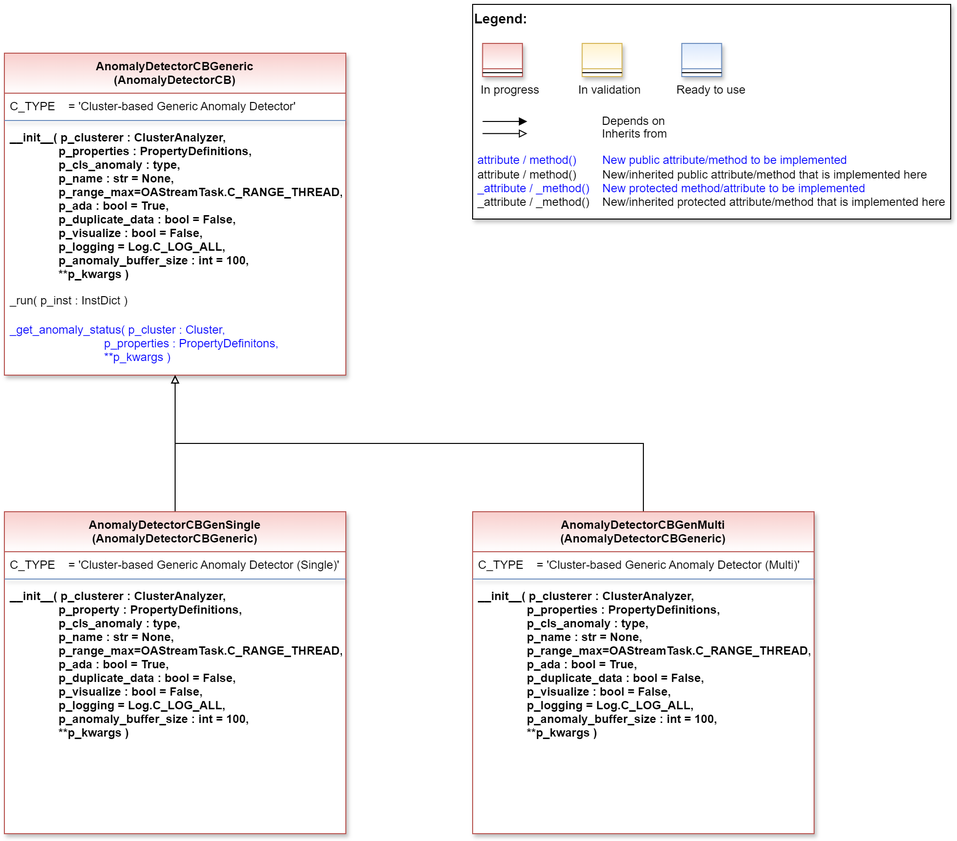
Earlier version of the draw.io export doc/rtd/content/99_appendices/appendix2/sub/mlpro_oa/streams/30_anomaly_detection/20_cluster_based/generic/images/MLPro-OA-CB-Gen-Anomaly-Detectors_class_diagram.drawio.png (fhswf/MLPro). Source tidied: cells renumbered, new cells last; positions are measured from the earlier drawing's top-left corner, leaving out a move shared by most shapes.
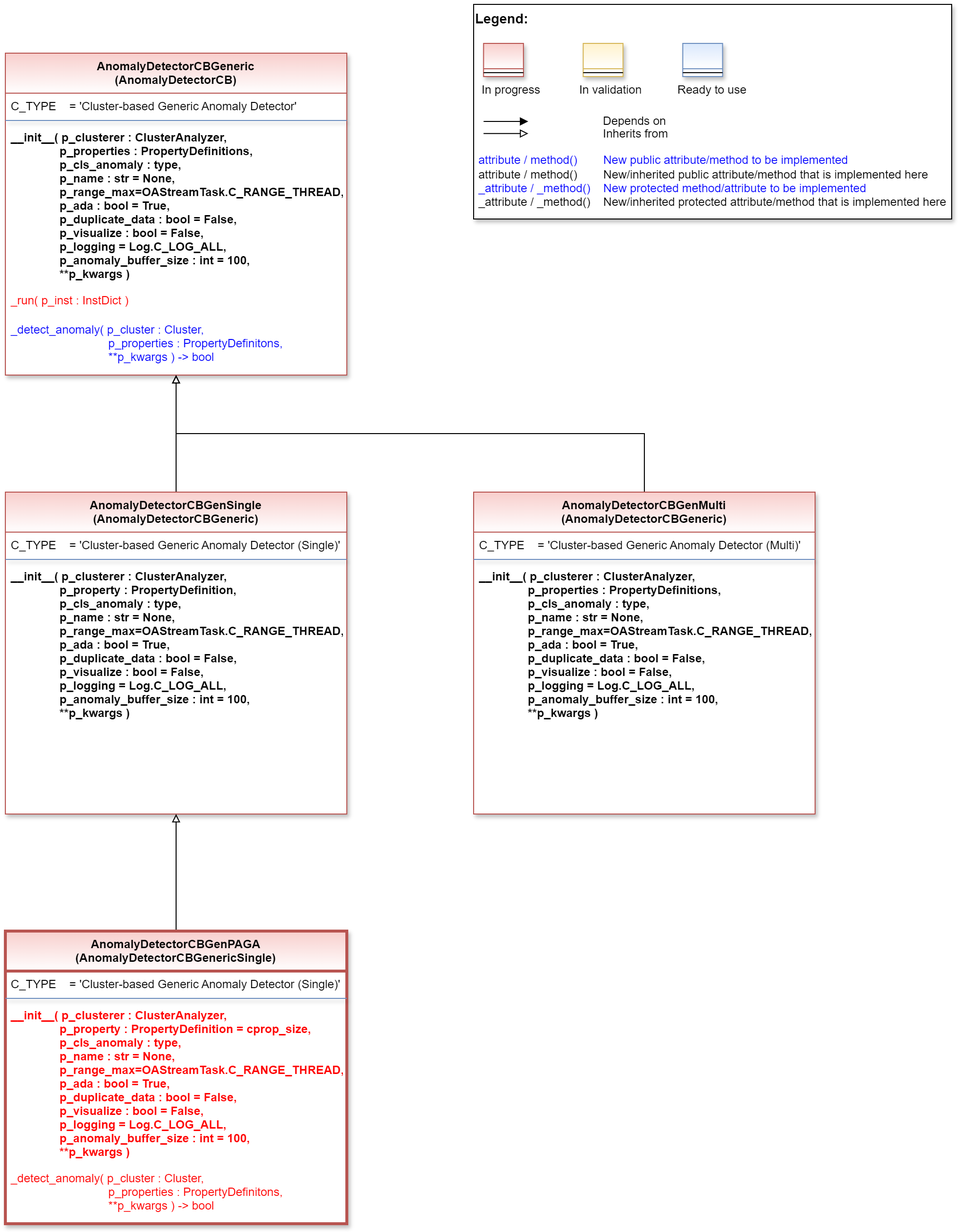
After the commit.

Change to the diagram source:
```diff
@@ -55,46 +55,64 @@
     <mxCell id="15" value="__init__( p_clusterer : ClusterAnalyzer,&#10;               p_properties : PropertyDefinitions,&#10;               p_cls_anomaly : type,&#10;               p_name : str = None,&#10;               p_range_max=OAStreamTask.C_RANGE_THREAD,&#10;               p_ada : bool = True,&#10;               p_duplicate_data : bool = False,&#10;               p_visualize : bool = False,&#10;               p_logging = Log.C_LOG_ALL,&#10;               p_anomaly_buffer_size : int = 100,&#10;               **p_kwargs )" style="text;align=left;verticalAlign=top;spacingLeft=4;spacingRight=4;overflow=hidden;fontStyle=1;" parent="12" vertex="1">
       <mxGeometry y="73" width="350" height="167" as="geometry" />
     </mxCell>
-    <mxCell id="16" style="edgeStyle=orthogonalEdgeStyle;rounded=0;jettySize=auto;html=1;entryX=0.5;entryY=1;entryDx=0;entryDy=0;endArrow=block;endFill=0;" parent="1" edge="1" source="17" target="12">
-      <mxGeometry relative="1" as="geometry" />
+    <mxCell id="16" value="_run( p_inst : InstDict )" style="text;align=left;verticalAlign=top;spacingLeft=4;spacingRight=4;overflow=hidden;shadow=1;fontColor=#FF0000;" parent="12" vertex="1">
+      <mxGeometry y="240" width="350" height="30" as="geometry" />
     </mxCell>
-    <mxCell id="17" value="AnomalyDetectorCBGenSingle&#10;(AnomalyDetectorCBGeneric)" style="swimlane;align=center;verticalAlign=top;horizontal=1;startSize=41;rounded=0;shadow=1;strokeWidth=1;fillColor=#f8cecc;strokeColor=#b85450;swimlaneFillColor=#ffffff;gradientColor=#FFFFFF;" parent="1" vertex="1">
-      <mxGeometry y="520" width="350" height="330" as="geometry" />
+    <mxCell id="17" value="_detect_anomaly( p_cluster : Cluster,&#10;                              p_properties : PropertyDefinitons,&#10;                              **p_kwargs ) -&gt; bool" style="text;align=left;verticalAlign=top;spacingLeft=4;spacingRight=4;overflow=hidden;points=[[0,0.5],[1,0.5]];portConstraint=eastwest;shadow=1;fontColor=#0000FF;" parent="12" vertex="1">
+      <mxGeometry y="270" width="350" height="56" as="geometry" />
     </mxCell>
-    <mxCell id="18" value="C_TYPE    = 'Cluster-based Generic Anomaly Detector (Single)'" style="text;align=left;verticalAlign=top;spacingLeft=4;spacingRight=4;overflow=hidden;" parent="17" vertex="1">
-      <mxGeometry y="41" width="350" height="24" as="geometry" />
+    <mxCell id="18" style="edgeStyle=orthogonalEdgeStyle;rounded=0;jettySize=auto;html=1;entryX=0.5;entryY=1;entryDx=0;entryDy=0;endArrow=block;endFill=0;" parent="1" edge="1" source="19" target="12">
+      <mxGeometry relative="1" as="geometry" />
     </mxCell>
-    <mxCell id="19" style="line;html=1;strokeWidth=1;align=center;verticalAlign=top;spacingTop=-1;spacingLeft=3;spacingRight=3;labelPosition=right;points=[];portConstraint=eastwest;rounded=0;shadow=1;strokeColor=#6c8ebf;swimlaneFillColor=#ffffff;fontFamily=Helvetica;fontSize=12;fontColor=default;fontStyle=3;fillColor=#dae8fc;gradientColor=#ffffff;" parent="17" vertex="1">
-      <mxGeometry y="65" width="350" height="8" as="geometry" />
+    <mxCell id="19" value="AnomalyDetectorCBGenSingle&#10;(AnomalyDetectorCBGeneric)" style="swimlane;align=center;verticalAlign=top;horizontal=1;startSize=41;rounded=0;shadow=1;strokeWidth=1;fillColor=#f8cecc;strokeColor=#b85450;swimlaneFillColor=#ffffff;gradientColor=#FFFFFF;" parent="1" vertex="1">
+      <mxGeometry y="500" width="350" height="330" as="geometry" />
     </mxCell>
-    <mxCell id="20" value="__init__( p_clusterer : ClusterAnalyzer,&#10;               p_property : PropertyDefinitions,&#10;               p_cls_anomaly : type,&#10;               p_name : str = None,&#10;               p_range_max=OAStreamTask.C_RANGE_THREAD,&#10;               p_ada : bool = True,&#10;               p_duplicate_data : bool = False,&#10;               p_visualize : bool = False,&#10;               p_logging = Log.C_LOG_ALL,&#10;               p_anomaly_buffer_size : int = 100,&#10;               **p_kwargs )" style="text;align=left;verticalAlign=top;spacingLeft=4;spacingRight=4;overflow=hidden;fontStyle=1;" parent="17" vertex="1">
-      <mxGeometry y="73" width="350" height="167" as="geometry" />
+    <mxCell id="20" value="C_TYPE    = 'Cluster-based Generic Anomaly Detector (Single)'" style="text;align=left;verticalAlign=top;spacingLeft=4;spacingRight=4;overflow=hidden;" parent="19" vertex="1">
+      <mxGeometry y="41" width="350" height="24" as="geometry" />
     </mxCell>
-    <mxCell id="21" style="edgeStyle=orthogonalEdgeStyle;rounded=0;jettySize=auto;html=1;entryX=0.5;entryY=1;entryDx=0;entryDy=0;endArrow=block;endFill=0;" parent="1" edge="1" source="22" target="12">
-      <mxGeometry relative="1" as="geometry">
-        <Array as="points">
-          <mxPoint x="655" y="450" />
-          <mxPoint x="175" y="450" />
-        </Array>
-      </mxGeometry>
+    <mxCell id="21" style="line;html=1;strokeWidth=1;align=center;verticalAlign=top;spacingTop=-1;spacingLeft=3;spacingRight=3;labelPosition=right;rounded=0;shadow=1;strokeColor=#6c8ebf;swimlaneFillColor=#ffffff;fontFamily=Helvetica;fontSize=12;fontColor=default;fontStyle=3;fillColor=#dae8fc;gradientColor=#ffffff;" parent="19" vertex="1">
+      <mxGeometry y="65" width="350" height="8" as="geometry" />
     </mxCell>
-    <mxCell id="22" value="AnomalyDetectorCBGenMulti&#10;(AnomalyDetectorCBGeneric)" style="swimlane;align=center;verticalAlign=top;horizontal=1;startSize=41;rounded=0;shadow=1;strokeWidth=1;fillColor=#f8cecc;strokeColor=#b85450;swimlaneFillColor=#ffffff;gradientColor=#FFFFFF;" parent="1" vertex="1">
-      <mxGeometry x="480" y="520" width="350" height="330" as="geometry" />
+    <mxCell id="22" value="__init__( p_clusterer : ClusterAnalyzer,&#10;               p_property : PropertyDefinition,&#10;               p_cls_anomaly : type,&#10;               p_name : str = None,&#10;               p_range_max=OAStreamTask.C_RANGE_THREAD,&#10;               p_ada : bool = True,&#10;               p_duplicate_data : bool = False,&#10;               p_visualize : bool = False,&#10;               p_logging = Log.C_LOG_ALL,&#10;               p_anomaly_buffer_size : int = 100,&#10;               **p_kwargs )" style="text;align=left;verticalAlign=top;spacingLeft=4;spacingRight=4;overflow=hidden;points=[[0,0.5],[1,0.5]];portConstraint=eastwest;fontStyle=1;" parent="19" vertex="1">
+      <mxGeometry y="73" width="350" height="167" as="geometry" />
     </mxCell>
-    <mxCell id="23" value="C_TYPE    = 'Cluster-based Generic Anomaly Detector (Multi)'" style="text;align=left;verticalAlign=top;spacingLeft=4;spacingRight=4;overflow=hidden;" parent="22" vertex="1">
-      <mxGeometry y="41" width="350" height="24" as="geometry" />
+    <mxCell id="23" style="edgeStyle=orthogonalEdgeStyle;rounded=0;jettySize=auto;html=1;entryX=0.5;entryY=1;entryDx=0;entryDy=0;endArrow=block;endFill=0;" parent="1" edge="1" source="24" target="12">
+      <mxGeometry relative="1" as="geometry">
+        <Array as="points">
+          <mxPoint x="655" y="440" />
+          <mxPoint x="175" y="440" />
+        </Array>
+      </mxGeometry>
     </mxCell>
-    <mxCell id="24" style="line;html=1;strokeWidth=1;align=center;verticalAlign=top;spacingTop=-1;spacingLeft=3;spacingRight=3;labelPosition=right;points=[];portConstraint=eastwest;rounded=0;shadow=1;strokeColor=#6c8ebf;swimlaneFillColor=#ffffff;fontFamily=Helvetica;fontSize=12;fontColor=default;fontStyle=3;fillColor=#dae8fc;gradientColor=#ffffff;" parent="22" vertex="1">
-      <mxGeometry y="65" width="350" height="8" as="geometry" />
+    <mxCell id="24" value="AnomalyDetectorCBGenMulti&#10;(AnomalyDetectorCBGeneric)" style="swimlane;align=center;verticalAlign=top;horizontal=1;startSize=41;rounded=0;shadow=1;strokeWidth=1;fillColor=#f8cecc;strokeColor=#b85450;swimlaneFillColor=#ffffff;gradientColor=#FFFFFF;" parent="1" vertex="1">
+      <mxGeometry x="480" y="500" width="350" height="330" as="geometry" />
     </mxCell>
-    <mxCell id="25" value="__init__( p_clusterer : ClusterAnalyzer,&#10;               p_properties : PropertyDefinitions,&#10;               p_cls_anomaly : type,&#10;               p_name : str = None,&#10;               p_range_max=OAStreamTask.C_RANGE_THREAD,&#10;               p_ada : bool = True,&#10;               p_duplicate_data : bool = False,&#10;               p_visualize : bool = False,&#10;               p_logging = Log.C_LOG_ALL,&#10;               p_anomaly_buffer_size : int = 100,&#10;               **p_kwargs )" style="text;align=left;verticalAlign=top;spacingLeft=4;spacingRight=4;overflow=hidden;fontStyle=1;" parent="22" vertex="1">
-      <mxGeometry y="73" width="350" height="167" as="geometry" />
+    <mxCell id="25" value="C_TYPE    = 'Cluster-based Generic Anomaly Detector (Multi)'" style="text;align=left;verticalAlign=top;spacingLeft=4;spacingRight=4;overflow=hidden;" parent="24" vertex="1">
+      <mxGeometry y="41" width="350" height="24" as="geometry" />
     </mxCell>
-    <mxCell id="26" value="_run( p_inst : InstDict )" style="text;align=left;verticalAlign=top;spacingLeft=4;spacingRight=4;overflow=hidden;shadow=1;" parent="1" vertex="1">
-      <mxGeometry y="290" width="350" height="30" as="geometry" />
+    <mxCell id="26" style="line;html=1;strokeWidth=1;align=center;verticalAlign=top;spacingTop=-1;spacingLeft=3;spacingRight=3;labelPosition=right;rounded=0;shadow=1;strokeColor=#6c8ebf;swimlaneFillColor=#ffffff;fontFamily=Helvetica;fontSize=12;fontColor=default;fontStyle=3;fillColor=#dae8fc;gradientColor=#ffffff;" parent="24" vertex="1">
+      <mxGeometry y="65" width="350" height="8" as="geometry" />
     </mxCell>
-    <mxCell id="27" value="_get_anomaly_status( p_cluster : Cluster,&#10;                             p_properties : PropertyDefinitons,&#10;                             **p_kwargs )" style="text;align=left;verticalAlign=top;spacingLeft=4;spacingRight=4;overflow=hidden;shadow=1;fontColor=#0000FF;" parent="1" vertex="1">
-      <mxGeometry y="320" width="350" height="56" as="geometry" />
+    <mxCell id="27" value="__init__( p_clusterer : ClusterAnalyzer,&#10;               p_properties : PropertyDefinitions,&#10;               p_cls_anomaly : type,&#10;               p_name : str = None,&#10;               p_range_max=OAStreamTask.C_RANGE_THREAD,&#10;               p_ada : bool = True,&#10;               p_duplicate_data : bool = False,&#10;               p_visualize : bool = False,&#10;               p_logging = Log.C_LOG_ALL,&#10;               p_anomaly_buffer_size : int = 100,&#10;               **p_kwargs )" style="text;align=left;verticalAlign=top;spacingLeft=4;spacingRight=4;overflow=hidden;fontStyle=1;" parent="24" vertex="1">
+      <mxGeometry y="73" width="350" height="167" as="geometry" />
     </mxCell>
+    <mxCell id="28" style="edgeStyle=orthogonalEdgeStyle;rounded=0;jettySize=auto;html=1;endArrow=block;endFill=0;" parent="1" edge="1" source="29" target="19">
+      <mxGeometry relative="1" as="geometry" />
+    </mxCell>
+    <mxCell id="29" value="AnomalyDetectorCBGenPAGA&#10;(AnomalyDetectorCBGenericSingle)" style="swimlane;align=center;verticalAlign=top;horizontal=1;startSize=41;rounded=0;shadow=1;strokeWidth=3;fillColor=#f8cecc;strokeColor=#b85450;swimlaneFillColor=#ffffff;gradientColor=#FFFFFF;" parent="1" vertex="1">
+      <mxGeometry y="950" width="350" height="300" as="geometry" />
+    </mxCell>
+    <mxCell id="30" value="C_TYPE    = 'Cluster-based Generic Anomaly Detector (Single)'" style="text;align=left;verticalAlign=top;spacingLeft=4;spacingRight=4;overflow=hidden;" parent="29" vertex="1">
+      <mxGeometry y="41" width="350" height="24" as="geometry" />
+    </mxCell>
+    <mxCell id="31" style="line;html=1;strokeWidth=1;align=center;verticalAlign=top;spacingTop=-1;spacingLeft=3;spacingRight=3;labelPosition=right;rounded=0;shadow=1;strokeColor=#6c8ebf;swimlaneFillColor=#ffffff;fontFamily=Helvetica;fontSize=12;fontColor=default;fontStyle=3;fillColor=#dae8fc;gradientColor=#ffffff;" parent="29" vertex="1">
+      <mxGeometry y="65" width="350" height="8" as="geometry" />
+    </mxCell>
+    <mxCell id="32" value="__init__( p_clusterer : ClusterAnalyzer,&#10;               p_property : PropertyDefinition = cprop_size,&#10;               p_cls_anomaly : type,&#10;               p_name : str = None,&#10;               p_range_max=OAStreamTask.C_RANGE_THREAD,&#10;               p_ada : bool = True,&#10;               p_duplicate_data : bool = False,&#10;               p_visualize : bool = False,&#10;               p_logging = Log.C_LOG_ALL,&#10;               p_anomaly_buffer_size : int = 100,&#10;               **p_kwargs )" style="text;align=left;verticalAlign=top;spacingLeft=4;spacingRight=4;overflow=hidden;fontStyle=1;fontColor=#FF0000;" parent="29" vertex="1">
+      <mxGeometry y="73" width="350" height="167" as="geometry" />
+    </mxCell>
+    <mxCell id="33" value="_detect_anomaly( p_cluster : Cluster,&#10;                              p_properties : PropertyDefinitons,&#10;                              **p_kwargs ) -&gt; bool" style="text;align=left;verticalAlign=top;spacingLeft=4;spacingRight=4;overflow=hidden;shadow=1;fontColor=#FF0000;" parent="29" vertex="1">
+      <mxGeometry y="240" width="350" height="56" as="geometry" />
+    </mxCell>
   </root>
 </mxGraphModel>
```
